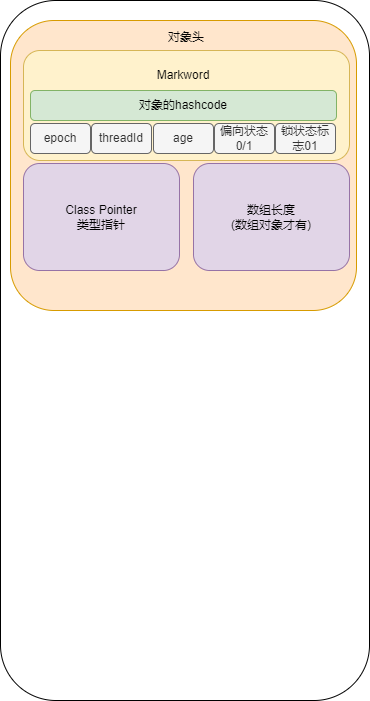
LePeitiPrince/note-picture keeps this draw.io diagram as JavaObject.png. Above is the earlier version. Source tidied: cells renumbered, new cells last; positions are measured from the earlier drawing's top-left corner, leaving out a move shared by most shapes. The source it was exported from:
```xml
<mxGraphModel>
  <root>
    <mxCell id="0" />
    <mxCell id="1" parent="0" />
    <mxCell id="2" style="rounded=1;whiteSpace=wrap;html=1;" parent="1" vertex="1">
      <mxGeometry width="369" height="700" as="geometry" />
    </mxCell>
    <mxCell id="3" style="rounded=1;whiteSpace=wrap;html=1;fillColor=#ffe6cc;strokeColor=#d79b00;" parent="1" vertex="1">
      <mxGeometry x="10" y="20" width="346" height="290" as="geometry" />
    </mxCell>
    <mxCell id="4" style="rounded=1;whiteSpace=wrap;html=1;fillColor=#fff2cc;strokeColor=#d6b656;" parent="1" vertex="1">
      <mxGeometry x="23" y="50" width="326" height="110" as="geometry" />
    </mxCell>
    <mxCell id="5" value="Markword" style="text;html=1;strokeColor=none;fillColor=none;align=center;verticalAlign=middle;whiteSpace=wrap;rounded=0;" parent="1" vertex="1">
      <mxGeometry x="123" y="60" width="120" height="30" as="geometry" />
    </mxCell>
    <mxCell id="6" value="对象的hashcode" style="rounded=1;whiteSpace=wrap;html=1;fillColor=#d5e8d4;strokeColor=#82b366;" parent="1" vertex="1">
      <mxGeometry x="30" y="90" width="306" height="30" as="geometry" />
    </mxCell>
    <mxCell id="7" value="threadId" style="rounded=1;whiteSpace=wrap;html=1;fillColor=#f5f5f5;fontColor=#333333;strokeColor=#666666;" parent="1" vertex="1">
      <mxGeometry x="91" y="123" width="60" height="30" as="geometry" />
    </mxCell>
    <mxCell id="8" value="epoch" style="rounded=1;whiteSpace=wrap;html=1;fillColor=#f5f5f5;fontColor=#333333;strokeColor=#666666;" parent="1" vertex="1">
      <mxGeometry x="30" y="123" width="60" height="30" as="geometry" />
    </mxCell>
    <mxCell id="9" value="age" style="rounded=1;whiteSpace=wrap;html=1;fillColor=#f5f5f5;fontColor=#333333;strokeColor=#666666;" parent="1" vertex="1">
      <mxGeometry x="153" y="123" width="60" height="30" as="geometry" />
    </mxCell>
    <mxCell id="10" value="偏向状态0/1" style="rounded=1;whiteSpace=wrap;html=1;fillColor=#f5f5f5;fontColor=#333333;strokeColor=#666666;" parent="1" vertex="1">
      <mxGeometry x="214" y="123" width="60" height="30" as="geometry" />
    </mxCell>
    <mxCell id="11" value="锁状态标志01" style="rounded=1;whiteSpace=wrap;html=1;fillColor=#f5f5f5;fontColor=#333333;strokeColor=#666666;" parent="1" vertex="1">
      <mxGeometry x="275" y="123" width="60" height="30" as="geometry" />
    </mxCell>
    <mxCell id="12" value="Class Pointer&lt;br&gt;类型指针" style="rounded=1;whiteSpace=wrap;html=1;fillColor=#e1d5e7;strokeColor=#9673a6;" parent="1" vertex="1">
      <mxGeometry x="23" y="163" width="156" height="107" as="geometry" />
    </mxCell>
    <mxCell id="13" value="对象头" style="text;html=1;strokeColor=none;fillColor=none;align=center;verticalAlign=middle;whiteSpace=wrap;rounded=0;" parent="1" vertex="1">
      <mxGeometry x="121" y="27" width="130" height="20" as="geometry" />
    </mxCell>
    <mxCell id="14" value="数组长度&lt;br&gt;(数组对象才有)" style="rounded=1;whiteSpace=wrap;html=1;fillColor=#e1d5e7;strokeColor=#9673a6;" parent="1" vertex="1">
      <mxGeometry x="193" y="163" width="156" height="107" as="geometry" />
    </mxCell>
  </root>
</mxGraphModel>
```
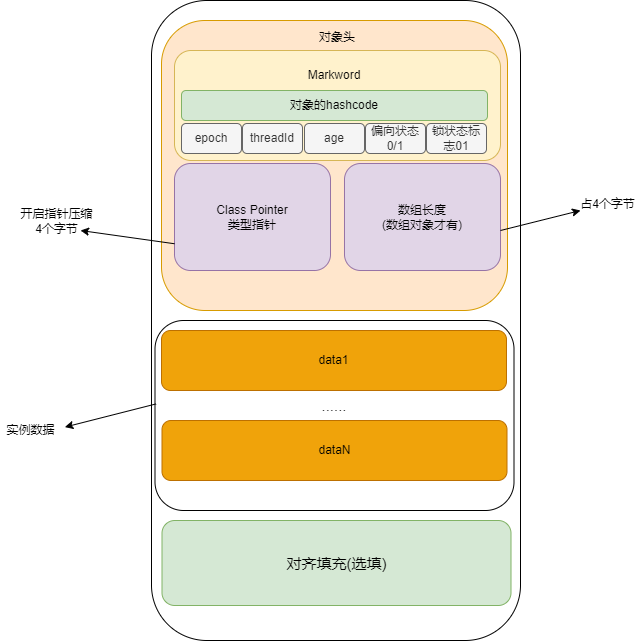
After the change.

The edit, as a diff of the source:
```diff
@@ -3,7 +3,7 @@
     <mxCell id="0" />
     <mxCell id="1" parent="0" />
     <mxCell id="2" style="rounded=1;whiteSpace=wrap;html=1;" parent="1" vertex="1">
-      <mxGeometry width="369" height="700" as="geometry" />
+      <mxGeometry width="369" height="640" as="geometry" />
     </mxCell>
     <mxCell id="3" style="rounded=1;whiteSpace=wrap;html=1;fillColor=#ffe6cc;strokeColor=#d79b00;" parent="1" vertex="1">
       <mxGeometry x="10" y="20" width="346" height="290" as="geometry" />
@@ -41,5 +41,43 @@
     <mxCell id="14" value="数组长度&lt;br&gt;(数组对象才有)" style="rounded=1;whiteSpace=wrap;html=1;fillColor=#e1d5e7;strokeColor=#9673a6;" parent="1" vertex="1">
       <mxGeometry x="193" y="163" width="156" height="107" as="geometry" />
     </mxCell>
+    <mxCell id="15" style="endArrow=classic;html=1;rounded=0;" parent="1" edge="1">
+      <mxGeometry relative="1" as="geometry">
+        <mxPoint x="349" y="230" as="sourcePoint" />
+        <mxPoint x="429" y="210" as="targetPoint" />
+      </mxGeometry>
+    </mxCell>
+    <mxCell id="16" value="占4个字节" style="text;html=1;align=center;verticalAlign=middle;strokeColor=none;fillColor=none;" parent="1" vertex="1">
+      <mxGeometry x="421" y="194" width="70" height="20" as="geometry" />
+    </mxCell>
+    <mxCell id="17" style="endArrow=classic;html=1;rounded=0;exitX=0;exitY=0.75;exitDx=0;exitDy=0;" parent="1" edge="1" source="12">
+      <mxGeometry relative="1" as="geometry">
+        <mxPoint x="-71" y="230" as="targetPoint" />
+      </mxGeometry>
+    </mxCell>
+    <mxCell id="18" style="rounded=1;whiteSpace=wrap;html=1;" parent="1" vertex="1">
+      <mxGeometry x="3.5" y="320" width="359" height="190" as="geometry" />
+    </mxCell>
+    <mxCell id="19" value="开启指针压缩&lt;br&gt;4个字节" style="text;html=1;align=center;verticalAlign=middle;strokeColor=none;fillColor=none;" parent="1" vertex="1">
+      <mxGeometry x="-140" y="206" width="90" height="30" as="geometry" />
+    </mxCell>
+    <mxCell id="20" value="data1" style="rounded=1;whiteSpace=wrap;html=1;fillColor=#f0a30a;fontColor=#000000;strokeColor=#BD7000;" parent="1" vertex="1">
+      <mxGeometry x="10" y="330" width="345" height="60" as="geometry" />
+    </mxCell>
+    <mxCell id="21" style="endArrow=classic;html=1;rounded=0;exitX=0.003;exitY=0.439;exitDx=0;exitDy=0;exitPerimeter=0;entryX=1.073;entryY=0.33;entryDx=0;entryDy=0;entryPerimeter=0;" parent="1" edge="1" source="18" target="22">
+      <mxGeometry relative="1" as="geometry" />
+    </mxCell>
+    <mxCell id="22" value="实例数据" style="text;html=1;align=center;verticalAlign=middle;points=[];strokeColor=none;fillColor=none;" parent="1" vertex="1">
+      <mxGeometry x="-151" y="420" width="60" height="20" as="geometry" />
+    </mxCell>
+    <mxCell id="23" value="dataN" style="rounded=1;whiteSpace=wrap;html=1;fillColor=#f0a30a;fontColor=#000000;strokeColor=#BD7000;" parent="1" vertex="1">
+      <mxGeometry x="10.5" y="420" width="345" height="60" as="geometry" />
+    </mxCell>
+    <mxCell id="24" value="&lt;font style=&quot;font-size: 15px&quot;&gt;......&lt;/font&gt;" style="text;html=1;strokeColor=none;fillColor=none;align=center;verticalAlign=middle;whiteSpace=wrap;rounded=0;" parent="1" vertex="1">
+      <mxGeometry x="153" y="390" width="60" height="30" as="geometry" />
+    </mxCell>
+    <mxCell id="25" value="对齐填充(选填)" style="rounded=1;whiteSpace=wrap;html=1;fontSize=15;fillColor=#d5e8d4;strokeColor=#82b366;" parent="1" vertex="1">
+      <mxGeometry x="10.5" y="520" width="349" height="85" as="geometry" />
+    </mxCell>
   </root>
 </mxGraphModel>
```
